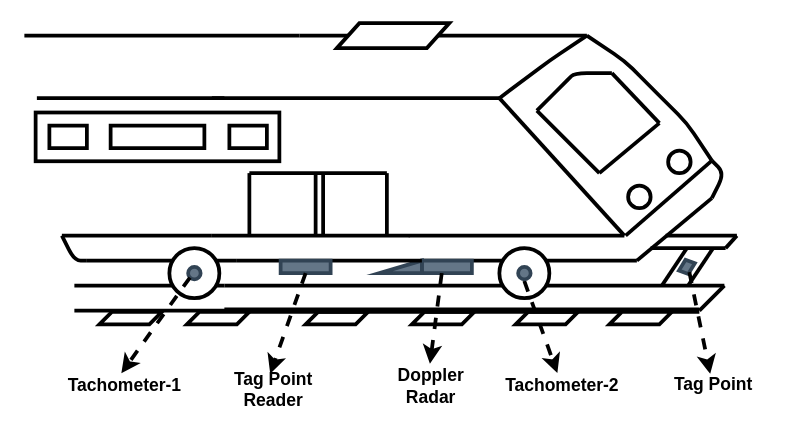
The draw.io diagram page "Page-2" (2 of 4) of Untitled Diagram.drawio in burakbasaraann/drawing, before the edit. Source tidied: cells renumbered, new cells numbered last; positions are measured from the earlier drawing's top-left corner, leaving out a move shared by most shapes. Both pictures are drawn from the tidied source at 125%, with x=0, y=0 at pixel (24, 22).
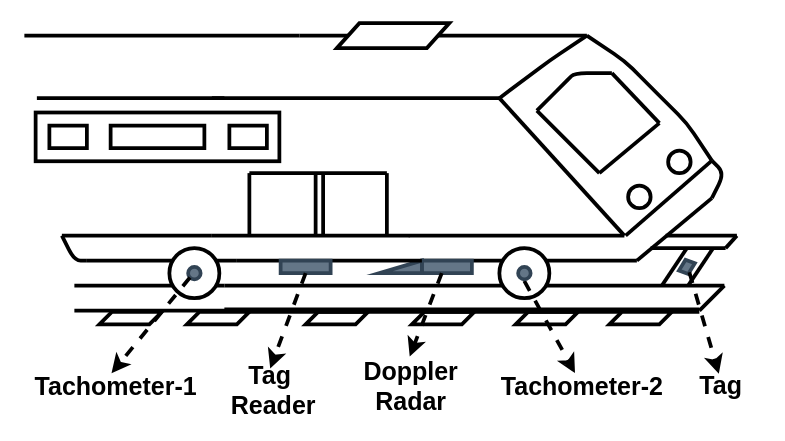
The same page after the edit.

What changed in the source:
```diff
@@
-    <mxCell id="33" value="&lt;font style=&quot;font-size: 14px&quot;&gt;Tachometer-1&lt;/font&gt;" style="text;html=1;align=center;verticalAlign=middle;points=[];fontSize=12;fontFamily=Helvetica;strokeWidth=3;fontStyle=1;" parent="1" vertex="1">
-      <mxGeometry x="25" y="280" width="110" height="20" as="geometry" />
+    <mxCell id="33" value="&lt;font style=&quot;font-size: 20px&quot;&gt;Tachometer-1&lt;/font&gt;" style="text;html=1;align=center;verticalAlign=middle;points=[];fontSize=12;fontFamily=Helvetica;strokeWidth=3;fontStyle=1;" parent="1" vertex="1">
+      <mxGeometry x="-2" y="280" width="150" height="20" as="geometry" />
     </mxCell>
@@
-    <mxCell id="35" value="&lt;font style=&quot;font-size: 14px&quot;&gt;Tachometer-2&lt;/font&gt;" style="text;html=1;align=center;verticalAlign=middle;points=[];fontSize=12;fontFamily=Helvetica;strokeWidth=3;fontStyle=1;" parent="1" vertex="1">
-      <mxGeometry x="375" y="280" width="110" height="20" as="geometry" />
+    <mxCell id="35" value="&lt;font style=&quot;font-size: 20px&quot;&gt;Tachometer-2&lt;/font&gt;" style="text;html=1;align=center;verticalAlign=middle;points=[];fontSize=12;fontFamily=Helvetica;strokeWidth=3;fontStyle=1;" parent="1" vertex="1">
+      <mxGeometry x="371" y="280" width="150" height="20" as="geometry" />
     </mxCell>
@@
-    <mxCell id="37" value="&lt;font style=&quot;font-size: 14px&quot;&gt;Doppler &lt;br&gt;Radar&lt;/font&gt;" style="text;html=1;align=center;verticalAlign=middle;points=[];fontSize=12;fontFamily=Helvetica;strokeWidth=3;fontStyle=1;" parent="1" vertex="1">
-      <mxGeometry x="290" y="275" width="70" height="30" as="geometry" />
+    <mxCell id="37" value="&lt;font style=&quot;font-size: 20px&quot;&gt;Doppler &lt;br&gt;Radar&lt;/font&gt;" style="text;html=1;align=center;verticalAlign=middle;points=[];fontSize=12;fontFamily=Helvetica;strokeWidth=3;fontStyle=1;" parent="1" vertex="1">
+      <mxGeometry x="264" y="270" width="90" height="40" as="geometry" />
     </mxCell>
@@
-    <mxCell id="64" value="&lt;font style=&quot;font-size: 14px&quot;&gt;Tag Point &lt;br&gt;Reader&lt;/font&gt;" style="text;html=1;align=center;verticalAlign=middle;points=[];fontSize=12;fontFamily=Helvetica;strokeWidth=3;fontStyle=1;" parent="1" vertex="1">
-      <mxGeometry x="159" y="278" width="80" height="30" as="geometry" />
+    <mxCell id="64" value="&lt;font style=&quot;font-size: 20px&quot;&gt;Tag&amp;nbsp;&lt;br&gt;Reader&lt;/font&gt;" style="text;html=1;align=center;verticalAlign=middle;points=[];fontSize=12;fontFamily=Helvetica;strokeWidth=3;fontStyle=1;" parent="1" vertex="1">
+      <mxGeometry x="159" y="273" width="80" height="40" as="geometry" />
     </mxCell>
@@
-    <mxCell id="67" value="&lt;font style=&quot;font-size: 14px&quot;&gt;Tag Point&lt;/font&gt;" style="text;html=1;align=center;verticalAlign=middle;points=[];fontSize=12;fontFamily=Helvetica;strokeWidth=3;fontStyle=1;" parent="1" vertex="1">
-      <mxGeometry x="511" y="279" width="80" height="20" as="geometry" />
+    <mxCell id="67" value="&lt;font style=&quot;font-size: 20px&quot;&gt;Tag&lt;/font&gt;" style="text;html=1;align=center;verticalAlign=middle;points=[];fontSize=12;fontFamily=Helvetica;strokeWidth=3;fontStyle=1;" parent="1" vertex="1">
+      <mxGeometry x="532" y="279" width="50" height="20" as="geometry" />
     </mxCell>
```
